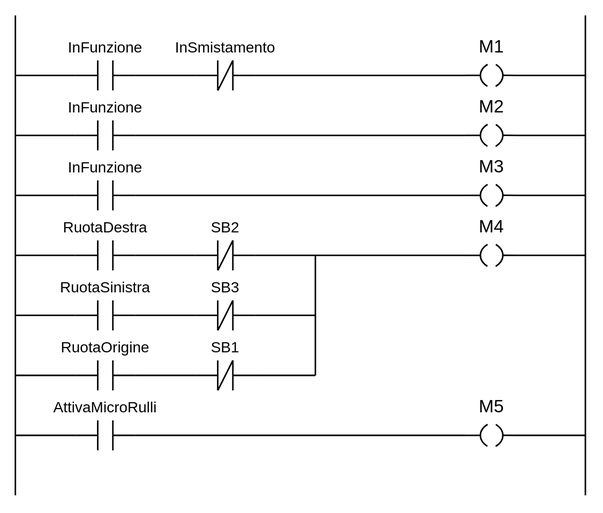
Above: docs/sistemi-5/images/esame2018_ladder_2.svg in flavio20002/materiale-didattico (draw.io), before the change. Source tidied: cells renumbered, new cells last; positions are measured from the earlier drawing's top-left corner, leaving out a move shared by most shapes.
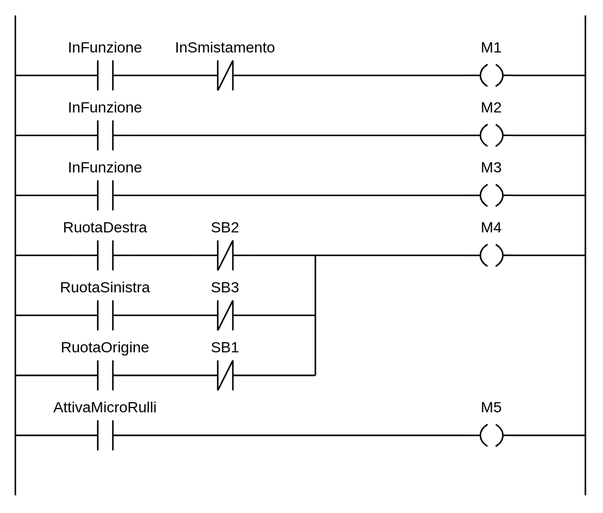
Later version of the same file.

Diff of the diagram source:
```diff
@@ -479,106 +479,106 @@
         <mxPoint x="380" y="280" as="targetPoint" />
       </mxGeometry>
     </mxCell>
-    <mxCell id="87" value="M5" style="group;labelPosition=center;verticalLabelPosition=top;align=center;verticalAlign=bottom;" parent="1" vertex="1">
+    <mxCell id="87" value="M5" style="group;labelPosition=center;verticalLabelPosition=top;align=center;verticalAlign=bottom;fontSize=10;" parent="1" vertex="1">
       <mxGeometry x="295" y="270" width="45" height="20" as="geometry" />
     </mxCell>
-    <mxCell id="88" style="verticalLabelPosition=bottom;verticalAlign=top;html=1;shape=mxgraph.basic.arc;startAngle=0.6205801659133483;endAngle=0.8809804521919458;" parent="87" vertex="1">
+    <mxCell id="88" style="verticalLabelPosition=bottom;verticalAlign=top;html=1;shape=mxgraph.basic.arc;startAngle=0.6205801659133483;endAngle=0.8809804521919458;fontSize=10;" parent="87" vertex="1">
       <mxGeometry x="15" width="30" height="20" as="geometry" />
     </mxCell>
-    <mxCell id="89" style="verticalLabelPosition=top;verticalAlign=bottom;html=1;shape=mxgraph.basic.arc;startAngle=0.6205801659133483;endAngle=0.8809804521919458;rotation=-180;labelPosition=center;align=center;" parent="87" vertex="1">
+    <mxCell id="89" style="verticalLabelPosition=top;verticalAlign=bottom;html=1;shape=mxgraph.basic.arc;startAngle=0.6205801659133483;endAngle=0.8809804521919458;rotation=-180;labelPosition=center;align=center;fontSize=10;" parent="87" vertex="1">
       <mxGeometry width="30" height="20" as="geometry" />
     </mxCell>
-    <mxCell id="90" style="endArrow=none;html=1;rounded=0;exitX=0.001;exitY=0.358;exitDx=0;exitDy=0;exitPerimeter=0;" parent="87" edge="1">
+    <mxCell id="90" style="endArrow=none;html=1;rounded=0;exitX=0.001;exitY=0.358;exitDx=0;exitDy=0;exitPerimeter=0;fontSize=10;" parent="87" edge="1">
       <mxGeometry relative="1" as="geometry">
         <mxPoint x="30" y="9.9" as="sourcePoint" />
         <mxPoint x="40" y="10" as="targetPoint" />
       </mxGeometry>
     </mxCell>
-    <mxCell id="91" style="endArrow=none;html=1;rounded=0;exitX=0.001;exitY=0.358;exitDx=0;exitDy=0;exitPerimeter=0;" parent="87" edge="1">
+    <mxCell id="91" style="endArrow=none;html=1;rounded=0;exitX=0.001;exitY=0.358;exitDx=0;exitDy=0;exitPerimeter=0;fontSize=10;" parent="87" edge="1">
       <mxGeometry relative="1" as="geometry">
         <mxPoint x="5" y="10" as="sourcePoint" />
         <mxPoint x="15" y="10" as="targetPoint" />
       </mxGeometry>
     </mxCell>
-    <mxCell id="92" value="M4" style="group;labelPosition=center;verticalLabelPosition=top;align=center;verticalAlign=bottom;" parent="1" vertex="1">
+    <mxCell id="92" value="M4" style="group;labelPosition=center;verticalLabelPosition=top;align=center;verticalAlign=bottom;fontSize=10;" parent="1" vertex="1">
       <mxGeometry x="295" y="150" width="45" height="20" as="geometry" />
     </mxCell>
-    <mxCell id="93" style="verticalLabelPosition=bottom;verticalAlign=top;html=1;shape=mxgraph.basic.arc;startAngle=0.6205801659133483;endAngle=0.8809804521919458;" parent="92" vertex="1">
+    <mxCell id="93" style="verticalLabelPosition=bottom;verticalAlign=top;html=1;shape=mxgraph.basic.arc;startAngle=0.6205801659133483;endAngle=0.8809804521919458;fontSize=10;" parent="92" vertex="1">
       <mxGeometry x="15" width="30" height="20" as="geometry" />
     </mxCell>
-    <mxCell id="94" style="verticalLabelPosition=top;verticalAlign=bottom;html=1;shape=mxgraph.basic.arc;startAngle=0.6205801659133483;endAngle=0.8809804521919458;rotation=-180;labelPosition=center;align=center;" parent="92" vertex="1">
+    <mxCell id="94" style="verticalLabelPosition=top;verticalAlign=bottom;html=1;shape=mxgraph.basic.arc;startAngle=0.6205801659133483;endAngle=0.8809804521919458;rotation=-180;labelPosition=center;align=center;fontSize=10;" parent="92" vertex="1">
       <mxGeometry width="30" height="20" as="geometry" />
     </mxCell>
-    <mxCell id="95" style="endArrow=none;html=1;rounded=0;exitX=0.001;exitY=0.358;exitDx=0;exitDy=0;exitPerimeter=0;" parent="92" edge="1">
+    <mxCell id="95" style="endArrow=none;html=1;rounded=0;exitX=0.001;exitY=0.358;exitDx=0;exitDy=0;exitPerimeter=0;fontSize=10;" parent="92" edge="1">
       <mxGeometry relative="1" as="geometry">
         <mxPoint x="30" y="9.9" as="sourcePoint" />
         <mxPoint x="40" y="10" as="targetPoint" />
       </mxGeometry>
     </mxCell>
-    <mxCell id="96" style="endArrow=none;html=1;rounded=0;exitX=0.001;exitY=0.358;exitDx=0;exitDy=0;exitPerimeter=0;" parent="92" edge="1">
+    <mxCell id="96" style="endArrow=none;html=1;rounded=0;exitX=0.001;exitY=0.358;exitDx=0;exitDy=0;exitPerimeter=0;fontSize=10;" parent="92" edge="1">
       <mxGeometry relative="1" as="geometry">
         <mxPoint x="5" y="10" as="sourcePoint" />
         <mxPoint x="15" y="10" as="targetPoint" />
       </mxGeometry>
     </mxCell>
-    <mxCell id="97" value="M3" style="group;labelPosition=center;verticalLabelPosition=top;align=center;verticalAlign=bottom;" parent="1" vertex="1">
+    <mxCell id="97" value="M3" style="group;labelPosition=center;verticalLabelPosition=top;align=center;verticalAlign=bottom;fontSize=10;" parent="1" vertex="1">
       <mxGeometry x="295" y="110" width="45" height="20" as="geometry" />
     </mxCell>
-    <mxCell id="98" style="verticalLabelPosition=bottom;verticalAlign=top;html=1;shape=mxgraph.basic.arc;startAngle=0.6205801659133483;endAngle=0.8809804521919458;" parent="97" vertex="1">
+    <mxCell id="98" style="verticalLabelPosition=bottom;verticalAlign=top;html=1;shape=mxgraph.basic.arc;startAngle=0.6205801659133483;endAngle=0.8809804521919458;fontSize=10;" parent="97" vertex="1">
       <mxGeometry x="15" width="30" height="20" as="geometry" />
     </mxCell>
-    <mxCell id="99" style="verticalLabelPosition=top;verticalAlign=bottom;html=1;shape=mxgraph.basic.arc;startAngle=0.6205801659133483;endAngle=0.8809804521919458;rotation=-180;labelPosition=center;align=center;" parent="97" vertex="1">
+    <mxCell id="99" style="verticalLabelPosition=top;verticalAlign=bottom;html=1;shape=mxgraph.basic.arc;startAngle=0.6205801659133483;endAngle=0.8809804521919458;rotation=-180;labelPosition=center;align=center;fontSize=10;" parent="97" vertex="1">
       <mxGeometry width="30" height="20" as="geometry" />
     </mxCell>
-    <mxCell id="100" style="endArrow=none;html=1;rounded=0;exitX=0.001;exitY=0.358;exitDx=0;exitDy=0;exitPerimeter=0;" parent="97" edge="1">
+    <mxCell id="100" style="endArrow=none;html=1;rounded=0;exitX=0.001;exitY=0.358;exitDx=0;exitDy=0;exitPerimeter=0;fontSize=10;" parent="97" edge="1">
       <mxGeometry relative="1" as="geometry">
         <mxPoint x="30" y="9.9" as="sourcePoint" />
         <mxPoint x="40" y="10" as="targetPoint" />
       </mxGeometry>
     </mxCell>
-    <mxCell id="101" style="endArrow=none;html=1;rounded=0;exitX=0.001;exitY=0.358;exitDx=0;exitDy=0;exitPerimeter=0;" parent="97" edge="1">
+    <mxCell id="101" style="endArrow=none;html=1;rounded=0;exitX=0.001;exitY=0.358;exitDx=0;exitDy=0;exitPerimeter=0;fontSize=10;" parent="97" edge="1">
       <mxGeometry relative="1" as="geometry">
         <mxPoint x="5" y="10" as="sourcePoint" />
         <mxPoint x="15" y="10" as="targetPoint" />
       </mxGeometry>
     </mxCell>
-    <mxCell id="102" value="M2" style="group;labelPosition=center;verticalLabelPosition=top;align=center;verticalAlign=bottom;" parent="1" vertex="1">
+    <mxCell id="102" value="M2" style="group;labelPosition=center;verticalLabelPosition=top;align=center;verticalAlign=bottom;fontSize=10;" parent="1" vertex="1">
       <mxGeometry x="295" y="70" width="45" height="20" as="geometry" />
     </mxCell>
-    <mxCell id="103" style="verticalLabelPosition=bottom;verticalAlign=top;html=1;shape=mxgraph.basic.arc;startAngle=0.6205801659133483;endAngle=0.8809804521919458;" parent="102" vertex="1">
+    <mxCell id="103" style="verticalLabelPosition=bottom;verticalAlign=top;html=1;shape=mxgraph.basic.arc;startAngle=0.6205801659133483;endAngle=0.8809804521919458;fontSize=10;" parent="102" vertex="1">
       <mxGeometry x="15" width="30" height="20" as="geometry" />
     </mxCell>
-    <mxCell id="104" style="verticalLabelPosition=top;verticalAlign=bottom;html=1;shape=mxgraph.basic.arc;startAngle=0.6205801659133483;endAngle=0.8809804521919458;rotation=-180;labelPosition=center;align=center;" parent="102" vertex="1">
+    <mxCell id="104" style="verticalLabelPosition=top;verticalAlign=bottom;html=1;shape=mxgraph.basic.arc;startAngle=0.6205801659133483;endAngle=0.8809804521919458;rotation=-180;labelPosition=center;align=center;fontSize=10;" parent="102" vertex="1">
       <mxGeometry width="30" height="20" as="geometry" />
     </mxCell>
-    <mxCell id="105" style="endArrow=none;html=1;rounded=0;exitX=0.001;exitY=0.358;exitDx=0;exitDy=0;exitPerimeter=0;" parent="102" edge="1">
+    <mxCell id="105" style="endArrow=none;html=1;rounded=0;exitX=0.001;exitY=0.358;exitDx=0;exitDy=0;exitPerimeter=0;fontSize=10;" parent="102" edge="1">
       <mxGeometry relative="1" as="geometry">
         <mxPoint x="30" y="9.9" as="sourcePoint" />
         <mxPoint x="40" y="10" as="targetPoint" />
       </mxGeometry>
     </mxCell>
-    <mxCell id="106" style="endArrow=none;html=1;rounded=0;exitX=0.001;exitY=0.358;exitDx=0;exitDy=0;exitPerimeter=0;" parent="102" edge="1">
+    <mxCell id="106" style="endArrow=none;html=1;rounded=0;exitX=0.001;exitY=0.358;exitDx=0;exitDy=0;exitPerimeter=0;fontSize=10;" parent="102" edge="1">
       <mxGeometry relative="1" as="geometry">
         <mxPoint x="5" y="10" as="sourcePoint" />
         <mxPoint x="15" y="10" as="targetPoint" />
       </mxGeometry>
     </mxCell>
-    <mxCell id="107" value="M1" style="group;labelPosition=center;verticalLabelPosition=top;align=center;verticalAlign=bottom;" parent="1" vertex="1">
+    <mxCell id="107" value="M1" style="group;labelPosition=center;verticalLabelPosition=top;align=center;verticalAlign=bottom;fontSize=10;" parent="1" vertex="1">
       <mxGeometry x="295" y="30" width="45" height="20" as="geometry" />
     </mxCell>
-    <mxCell id="108" style="verticalLabelPosition=bottom;verticalAlign=top;html=1;shape=mxgraph.basic.arc;startAngle=0.6205801659133483;endAngle=0.8809804521919458;" parent="107" vertex="1">
+    <mxCell id="108" style="verticalLabelPosition=bottom;verticalAlign=top;html=1;shape=mxgraph.basic.arc;startAngle=0.6205801659133483;endAngle=0.8809804521919458;fontSize=10;" parent="107" vertex="1">
       <mxGeometry x="15" width="30" height="20" as="geometry" />
     </mxCell>
-    <mxCell id="109" style="verticalLabelPosition=top;verticalAlign=bottom;html=1;shape=mxgraph.basic.arc;startAngle=0.6205801659133483;endAngle=0.8809804521919458;rotation=-180;labelPosition=center;align=center;" parent="107" vertex="1">
+    <mxCell id="109" style="verticalLabelPosition=top;verticalAlign=bottom;html=1;shape=mxgraph.basic.arc;startAngle=0.6205801659133483;endAngle=0.8809804521919458;rotation=-180;labelPosition=center;align=center;fontSize=10;" parent="107" vertex="1">
       <mxGeometry width="30" height="20" as="geometry" />
     </mxCell>
-    <mxCell id="110" style="endArrow=none;html=1;rounded=0;exitX=0.001;exitY=0.358;exitDx=0;exitDy=0;exitPerimeter=0;" parent="107" edge="1">
+    <mxCell id="110" style="endArrow=none;html=1;rounded=0;exitX=0.001;exitY=0.358;exitDx=0;exitDy=0;exitPerimeter=0;fontSize=10;" parent="107" edge="1">
       <mxGeometry relative="1" as="geometry">
         <mxPoint x="30" y="9.9" as="sourcePoint" />
         <mxPoint x="40" y="10" as="targetPoint" />
       </mxGeometry>
     </mxCell>
-    <mxCell id="111" style="endArrow=none;html=1;rounded=0;exitX=0.001;exitY=0.358;exitDx=0;exitDy=0;exitPerimeter=0;" parent="107" edge="1">
+    <mxCell id="111" style="endArrow=none;html=1;rounded=0;exitX=0.001;exitY=0.358;exitDx=0;exitDy=0;exitPerimeter=0;fontSize=10;" parent="107" edge="1">
       <mxGeometry relative="1" as="geometry">
         <mxPoint x="5" y="10" as="sourcePoint" />
         <mxPoint x="15" y="10" as="targetPoint" />
```
